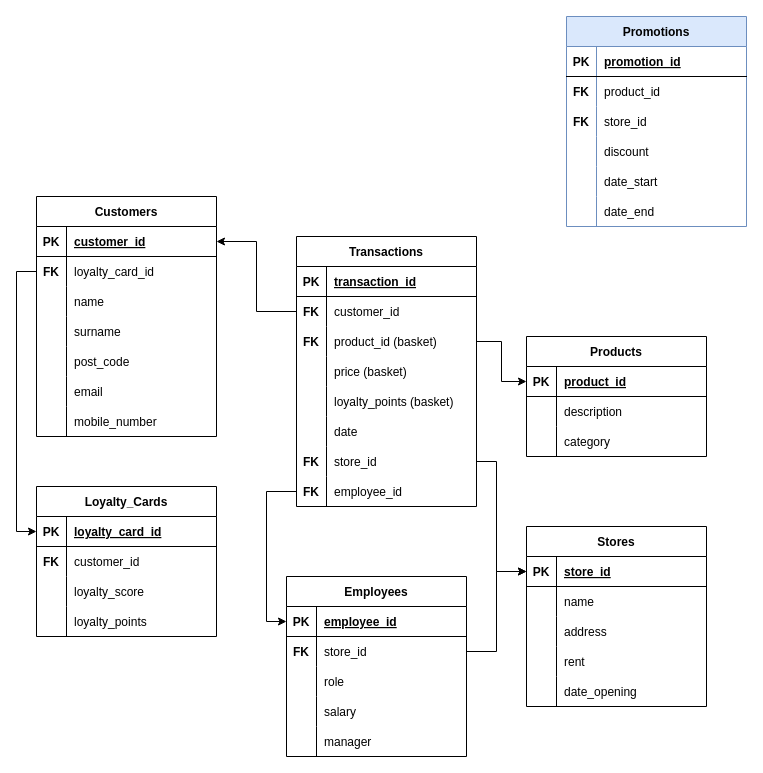
javi-arr/snowflake_exercise keeps this draw.io diagram as Untitled Diagram.drawio. Above is the earlier version. Source tidied: cells renumbered, new cells numbered last; positions are measured from the earlier drawing's top-left corner, leaving out a move shared by most shapes. Both pictures are drawn from the tidied source at 100%, with x=0, y=0 at pixel (36, 16).
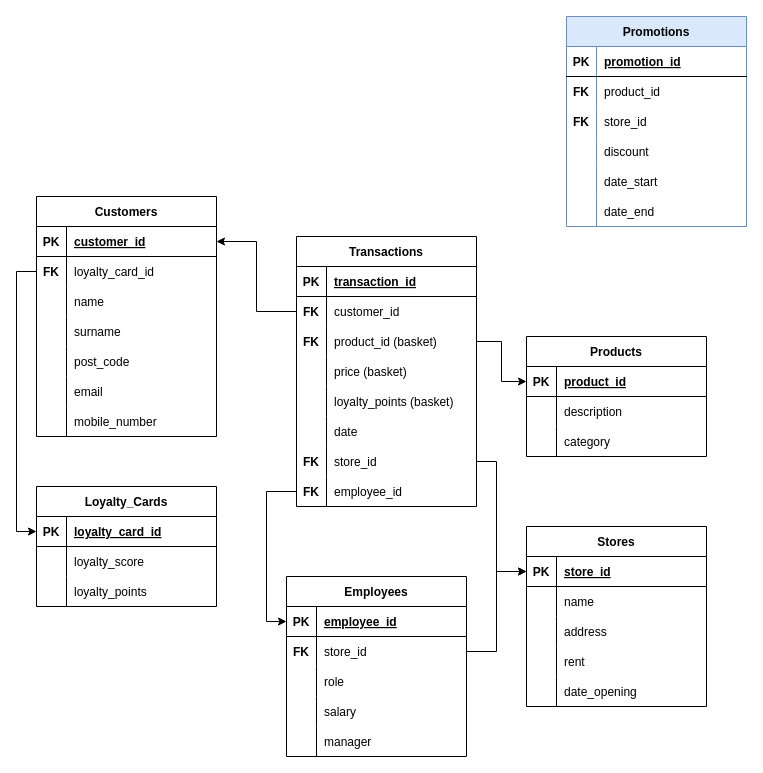
The same page after the edit.

The edit, as a diff of the source:
```diff
@@
     <mxCell id="61" value="Loyalty_Cards" style="shape=table;startSize=30;childLayout=tableLayout;rowLines=0;fontStyle=1;align=center;" parent="1" vertex="1">
-      <mxGeometry y="470" width="180" height="150" as="geometry" />
+      <mxGeometry y="470" width="180" height="120" as="geometry" />
     </mxCell>
@@
-    <mxCell id="65" style="shape=tableRow;horizontal=0;startSize=0;swimlaneHead=0;swimlaneBody=0;fillColor=none;top=0;left=0;right=0;bottom=0;" parent="61" vertex="1">
-      <mxGeometry y="60" width="180" height="30" as="geometry" />
-    </mxCell>
-    <mxCell id="66" value="FK" style="shape=partialRectangle;fillColor=none;top=0;left=0;bottom=0;right=0;overflow=hidden;fontStyle=1;" parent="65" vertex="1">
-      <mxGeometry width="30" height="30" as="geometry" />
-    </mxCell>
-    <mxCell id="67" value="customer_id" style="shape=partialRectangle;fillColor=none;top=0;left=0;bottom=0;right=0;align=left;spacingLeft=6;overflow=hidden;" parent="65" vertex="1">
-      <mxGeometry x="30" width="150" height="30" as="geometry" />
-    </mxCell>
     <mxCell id="68" style="shape=tableRow;horizontal=0;startSize=0;swimlaneHead=0;swimlaneBody=0;fillColor=none;top=0;left=0;right=0;bottom=0;" parent="61" vertex="1">
-      <mxGeometry y="90" width="180" height="30" as="geometry" />
+      <mxGeometry y="60" width="180" height="30" as="geometry" />
     </mxCell>
@@
     <mxCell id="71" style="shape=tableRow;horizontal=0;startSize=0;swimlaneHead=0;swimlaneBody=0;fillColor=none;top=0;left=0;right=0;bottom=0;" parent="61" vertex="1">
-      <mxGeometry y="120" width="180" height="30" as="geometry" />
+      <mxGeometry y="90" width="180" height="30" as="geometry" />
     </mxCell>
```
